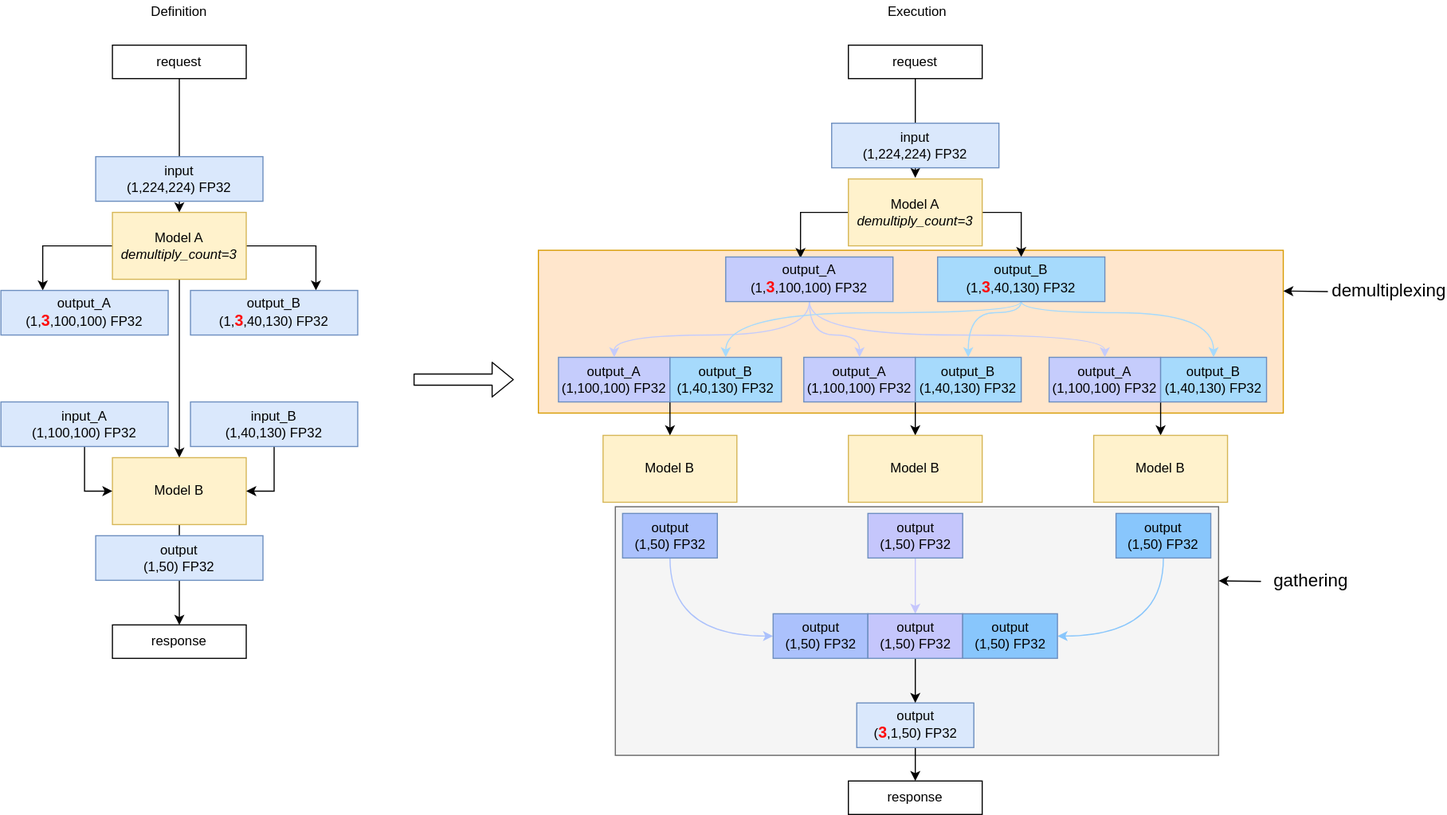
This is docs/demultiplexer.svg from openvinotoolkit/model_server, a draw.io export, as it was before one commit. Source tidied: cells renumbered, new cells last; positions are measured from the earlier drawing's top-left corner, leaving out a move shared by most shapes.
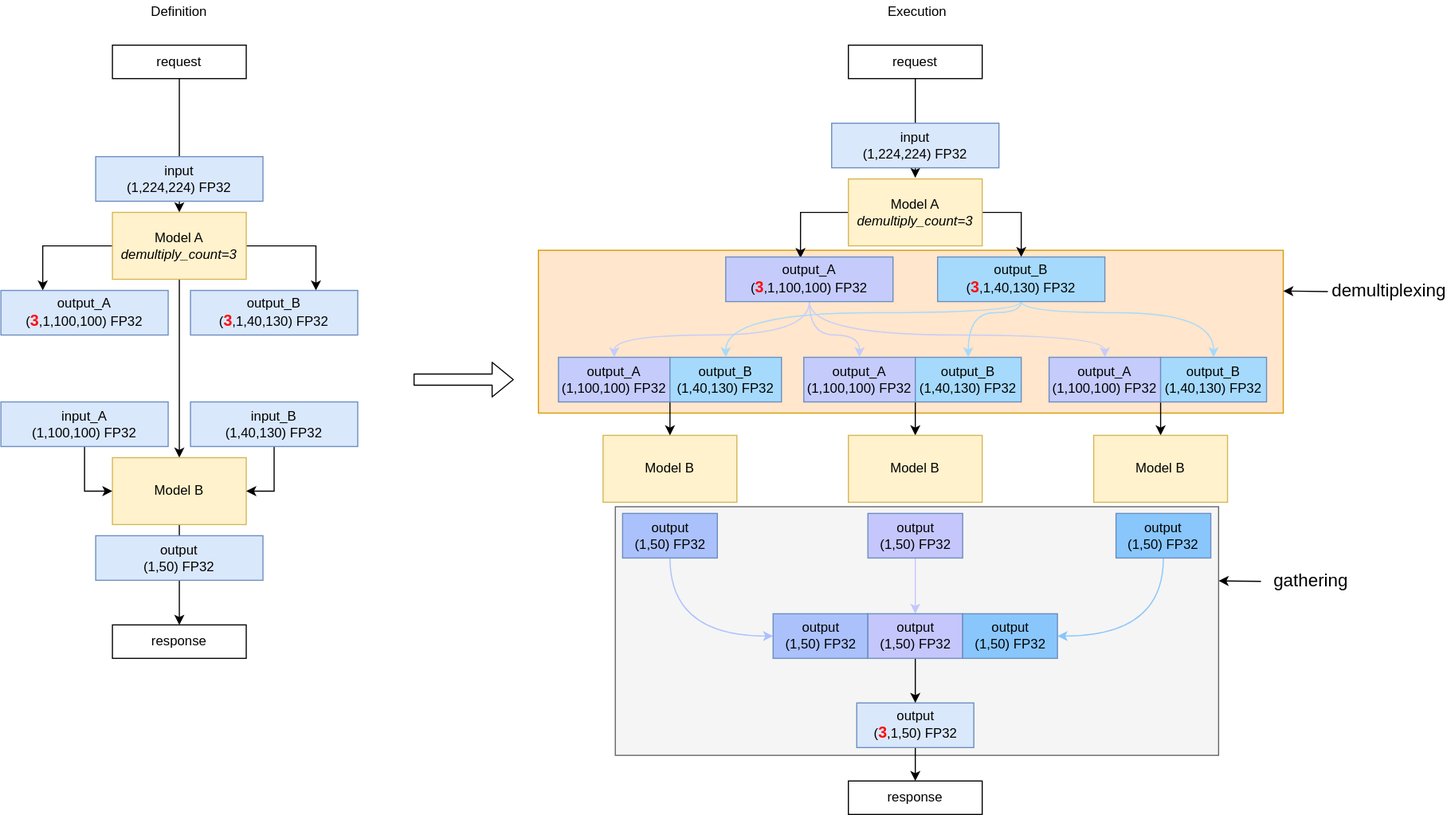
The same file after the commit.

What changed in the source:
```diff
@@ -37,10 +37,10 @@
     <mxCell id="10" value="input&lt;br&gt;(1,224,224) FP32" style="rounded=0;whiteSpace=wrap;html=1;fillColor=#dae8fc;strokeColor=#6c8ebf;" parent="1" vertex="1">
       <mxGeometry x="85" y="140" width="150" height="40" as="geometry" />
     </mxCell>
-    <mxCell id="11" value="output_A&lt;br&gt;(1,&lt;b&gt;&lt;font color=&quot;#ff0d0d&quot; style=&quot;font-size: 14px&quot;&gt;3&lt;/font&gt;&lt;/b&gt;,100,100) FP32" style="rounded=0;whiteSpace=wrap;html=1;fillColor=#dae8fc;strokeColor=#6c8ebf;" parent="1" vertex="1">
+    <mxCell id="11" value="output_A&lt;br&gt;(&lt;b&gt;&lt;font color=&quot;#ff0d0d&quot; style=&quot;font-size: 14px&quot;&gt;3&lt;/font&gt;&lt;/b&gt;,1,100,100) FP32" style="rounded=0;whiteSpace=wrap;html=1;fillColor=#dae8fc;strokeColor=#6c8ebf;" parent="1" vertex="1">
       <mxGeometry y="260" width="150" height="40" as="geometry" />
     </mxCell>
-    <mxCell id="12" value="output_B&lt;br&gt;(1,&lt;b&gt;&lt;font style=&quot;font-size: 14px&quot; color=&quot;#ff0d0d&quot;&gt;3&lt;/font&gt;&lt;/b&gt;,40,130) FP32" style="rounded=0;whiteSpace=wrap;html=1;fillColor=#dae8fc;strokeColor=#6c8ebf;" parent="1" vertex="1">
+    <mxCell id="12" value="output_B&lt;br&gt;(&lt;b&gt;&lt;font style=&quot;font-size: 14px&quot; color=&quot;#ff0d0d&quot;&gt;3&lt;/font&gt;&lt;/b&gt;,1,40,130) FP32" style="rounded=0;whiteSpace=wrap;html=1;fillColor=#dae8fc;strokeColor=#6c8ebf;" parent="1" vertex="1">
       <mxGeometry x="170" y="260" width="150" height="40" as="geometry" />
     </mxCell>
     <mxCell id="13" style="edgeStyle=orthogonalEdgeStyle;rounded=0;jettySize=auto;html=1;" parent="1" edge="1" source="14" target="19">
@@ -206,7 +206,7 @@
         </Array>
       </mxGeometry>
     </mxCell>
-    <mxCell id="56" value="output_A&lt;br&gt;(1,&lt;b&gt;&lt;font color=&quot;#ff0d0d&quot; style=&quot;font-size: 14px&quot;&gt;3&lt;/font&gt;&lt;/b&gt;,100,100) FP32" style="rounded=0;whiteSpace=wrap;html=1;strokeColor=#6c8ebf;fillColor=#C5CCFC;" parent="1" vertex="1">
+    <mxCell id="56" value="output_A&lt;br&gt;(&lt;b&gt;&lt;font color=&quot;#ff0d0d&quot; style=&quot;font-size: 14px&quot;&gt;3&lt;/font&gt;&lt;/b&gt;,1,100,100) FP32" style="rounded=0;whiteSpace=wrap;html=1;strokeColor=#6c8ebf;fillColor=#C5CCFC;" parent="1" vertex="1">
       <mxGeometry x="650" y="230" width="150" height="40" as="geometry" />
     </mxCell>
     <mxCell id="57" style="edgeStyle=orthogonalEdgeStyle;jettySize=auto;html=1;entryX=0.5;entryY=0;entryDx=0;entryDy=0;strokeColor=#A6DAFC;curved=1;" parent="1" edge="1" source="60" target="39">
@@ -233,7 +233,7 @@
         </Array>
       </mxGeometry>
     </mxCell>
-    <mxCell id="60" value="output_B&lt;br&gt;(1,&lt;b&gt;&lt;font style=&quot;font-size: 14px&quot; color=&quot;#ff0d0d&quot;&gt;3&lt;/font&gt;&lt;/b&gt;,40,130) FP32" style="rounded=0;whiteSpace=wrap;html=1;strokeColor=#6c8ebf;fillColor=#A6DAFC;" parent="1" vertex="1">
+    <mxCell id="60" value="output_B&lt;br&gt;(&lt;b&gt;&lt;font style=&quot;font-size: 14px&quot; color=&quot;#ff0d0d&quot;&gt;3&lt;/font&gt;&lt;/b&gt;,1,40,130) FP32" style="rounded=0;whiteSpace=wrap;html=1;strokeColor=#6c8ebf;fillColor=#A6DAFC;" parent="1" vertex="1">
       <mxGeometry x="840" y="230" width="150" height="40" as="geometry" />
     </mxCell>
     <mxCell id="61" style="endArrow=classic;html=1;rounded=0;entryX=1;entryY=0.25;entryDx=0;entryDy=0;" parent="1" edge="1" target="3">
```
